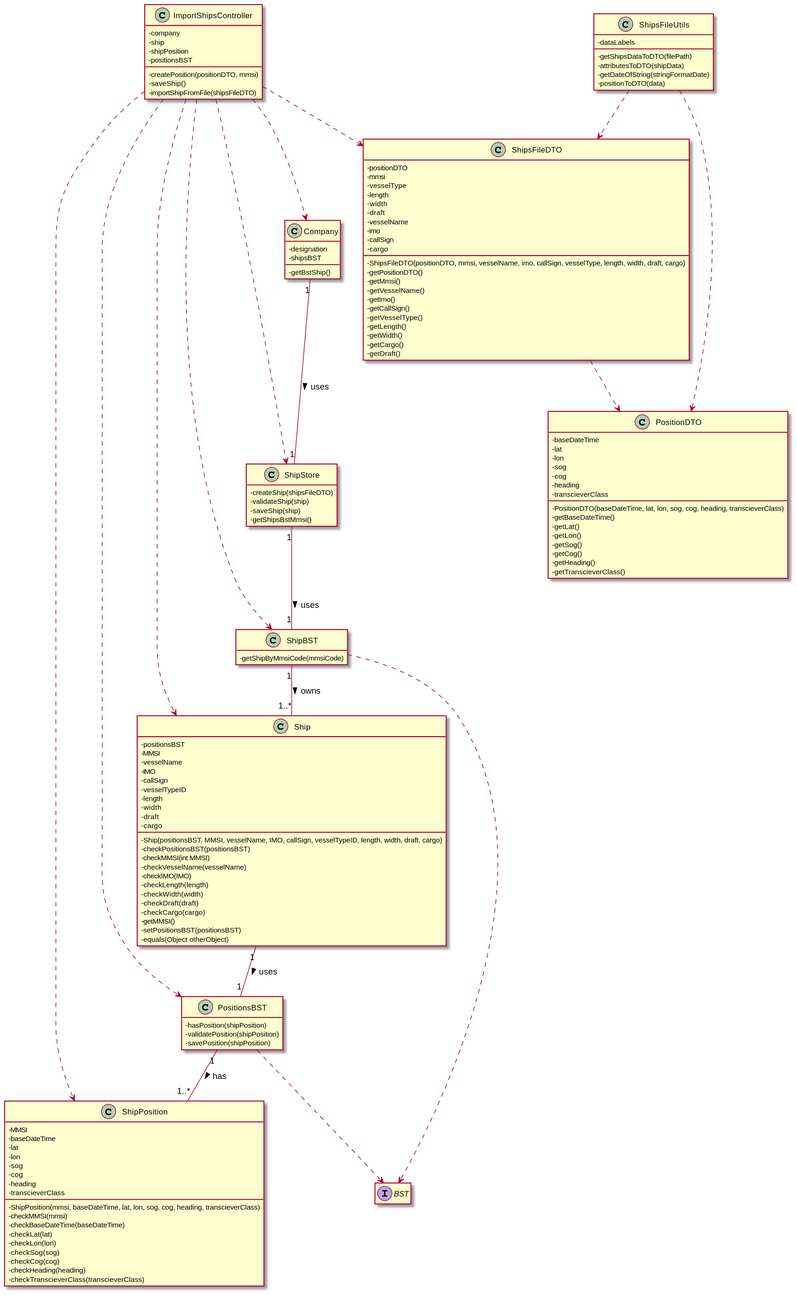
Earlier version of the PlantUML export docs/US101/US_101_CD.svg (ana-albergaria/LAPR3-ISEP).
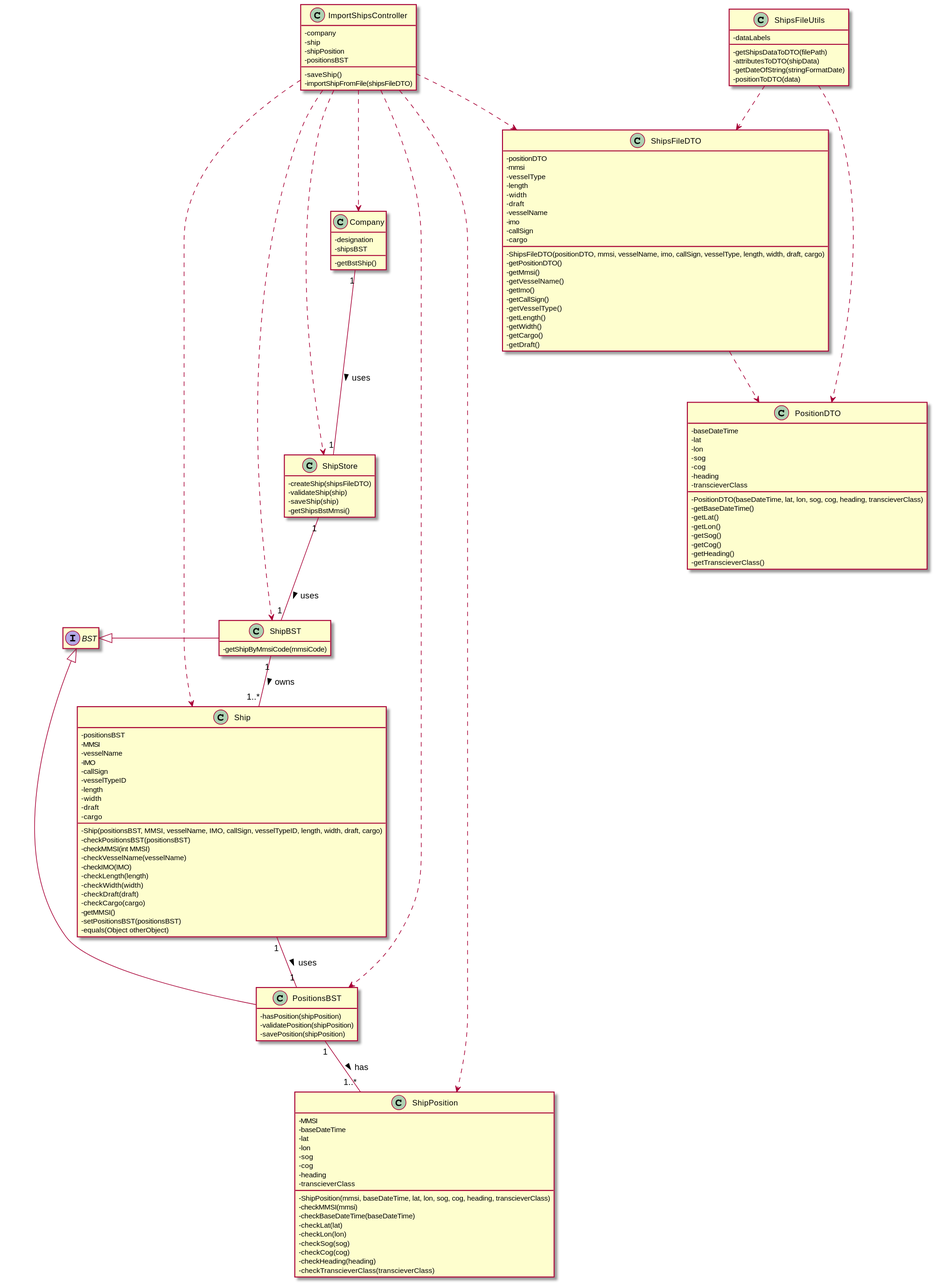
After the change.

Commit message:
G54-50 #comment Did small correction in the CD.

The edit, as a diff of the source:
```diff
@@ -9,7 +9,6 @@
 - ship
 - shipPosition
 - positionsBST
-- createPosition(positionDTO, mmsi)
 - saveShip()
 - importShipFromFile(shipsFileDTO)
 }
@@ -146,8 +145,8 @@
 ImportShipsController ..> PositionsBST
 ImportShipsController ..> ShipPosition
 ImportShipsController ..> ShipStore
-ShipBST ..> BST
-PositionsBST ..> BST
+BST <|- PositionsBST
+BST <|- ShipBST
 ShipsFileUtils ..> ShipsFileDTO
 ShipsFileUtils ..> PositionDTO
 ImportShipsController ..> ShipsFileDTO
```
